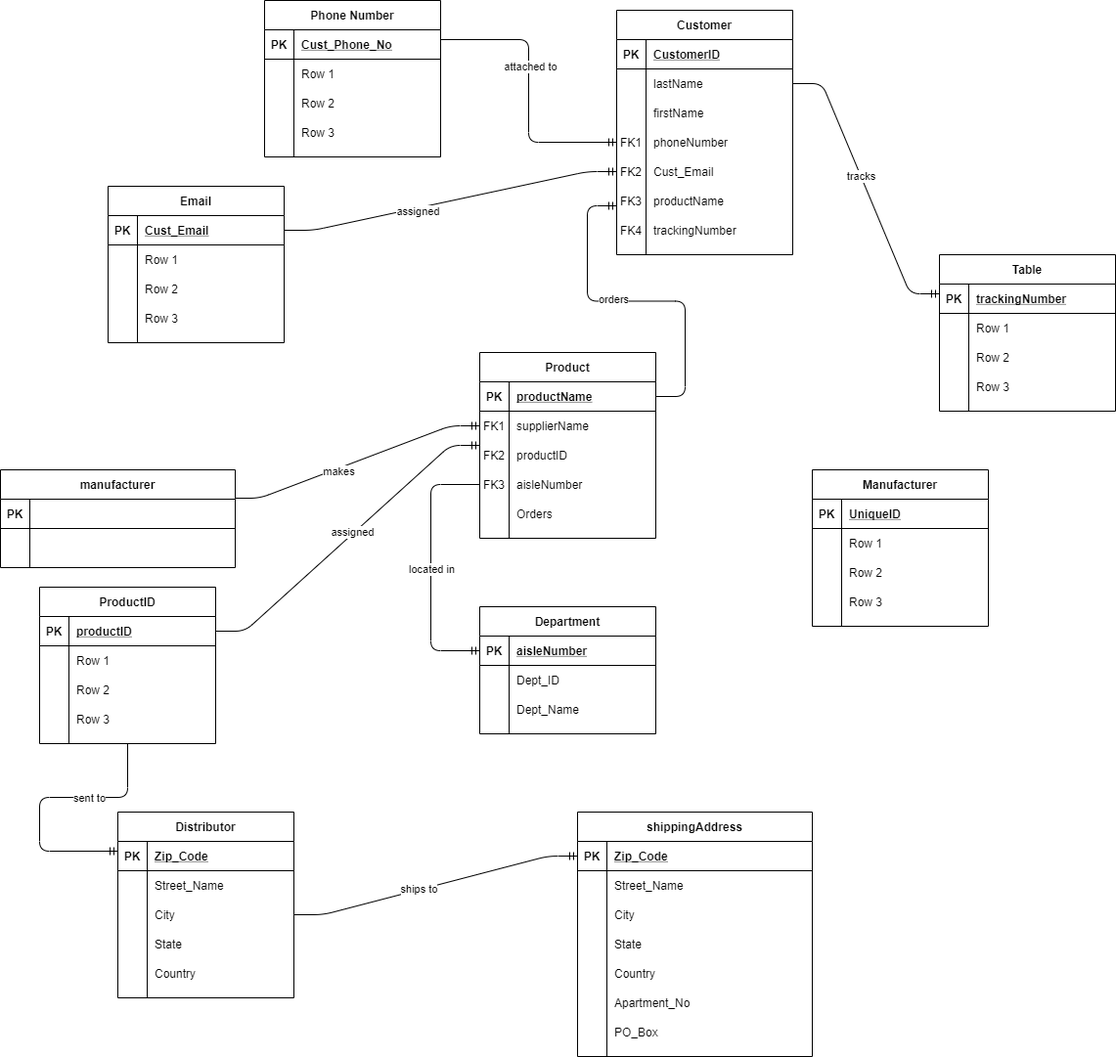
This is erd.png from tylerbward/CIS-326-Group-Project, a draw.io export, as it was before one commit. Source tidied: cells renumbered, new cells last; positions are measured from the earlier drawing's top-left corner, leaving out a move shared by most shapes.
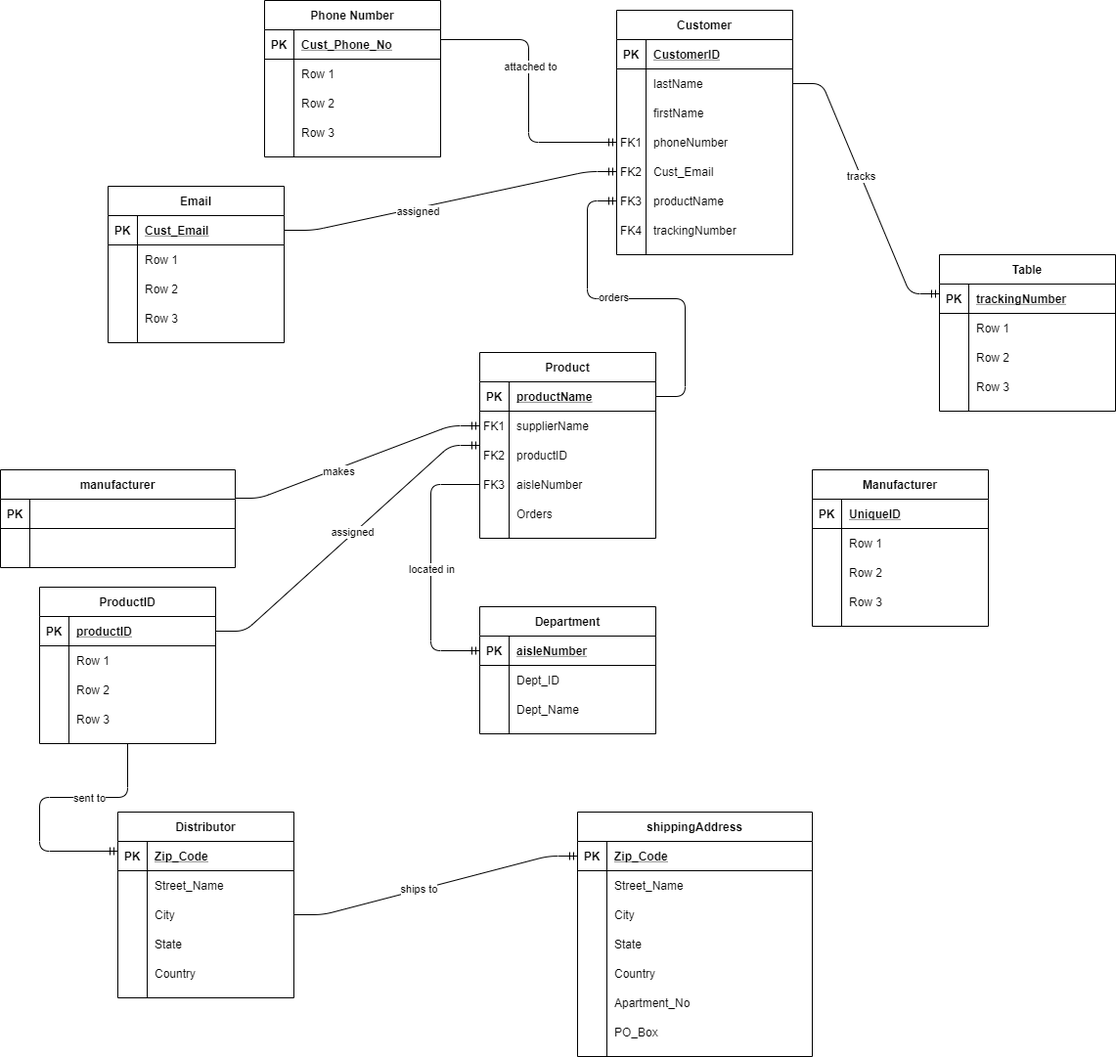
After the commit.

What changed in the source:
```diff
@@ -43,10 +43,8 @@
         <mxPoint x="51" y="-3" as="offset" />
       </mxGeometry>
     </mxCell>
-    <mxCell id="10" style="edgeStyle=entityRelationEdgeStyle;fontSize=12;html=1;endArrow=ERmandOne;exitX=1;exitY=0.5;exitDx=0;exitDy=0;" parent="1" edge="1" source="131">
-      <mxGeometry relative="1" as="geometry">
-        <mxPoint x="630" y="210" as="targetPoint" />
-      </mxGeometry>
+    <mxCell id="10" style="edgeStyle=entityRelationEdgeStyle;fontSize=12;html=1;endArrow=ERmandOne;exitX=1;exitY=0.5;exitDx=0;exitDy=0;entryX=0;entryY=0.5;entryDx=0;entryDy=0;" parent="1" edge="1" source="131" target="35">
+      <mxGeometry relative="1" as="geometry" />
     </mxCell>
     <mxCell id="11" value="&lt;div&gt;orders&lt;/div&gt;" style="edgeLabel;html=1;align=center;verticalAlign=middle;" parent="10" vertex="1">
       <mxGeometry x="0.13" y="-2" relative="1" as="geometry" />
```
